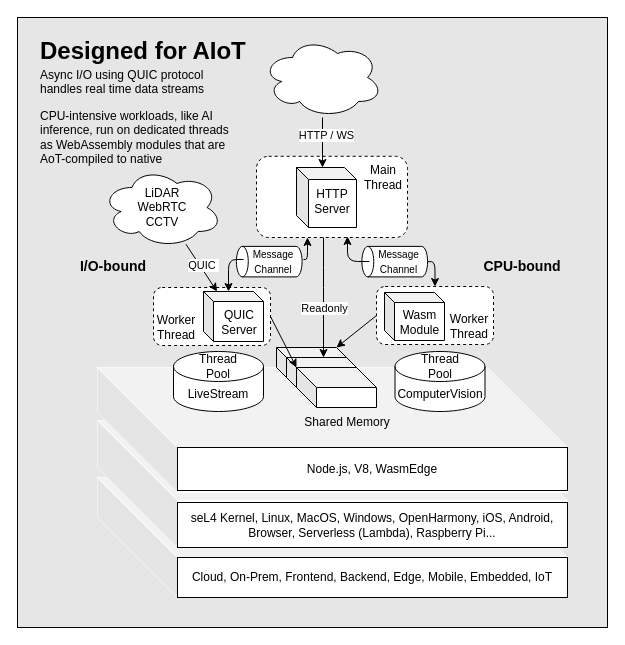
Earlier version of the draw.io diagram page "AIOT" (2 of 7) of public/arch.drawio (module-federation/aegis-host). Source tidied: cells renumbered, new cells numbered last; positions are measured from the earlier drawing's top-left corner, leaving out a move shared by most shapes. Both pictures are drawn from the tidied source at 100%, with x=0, y=0 at pixel (17, 17).
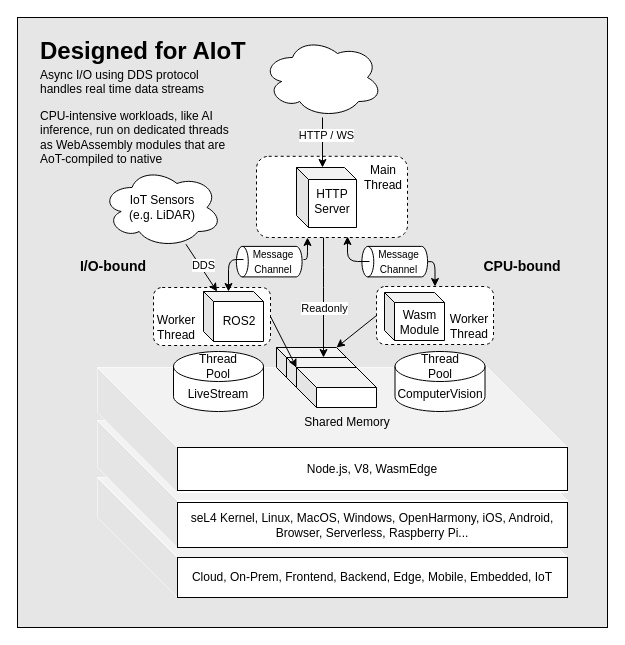
Above is the later version.

The change refers to these unchanged cells:
```xml
<mxCell id="34" style="edgeStyle=none;html=1;startArrow=classic;startFill=1;endArrow=none;endFill=0;" parent="1" edge="1" source="31" target="23">
  <mxGeometry relative="1" as="geometry" />
</mxCell>
```

Diff of the diagram source:
```diff
@@
-    <mxCell id="3" value="&lt;p&gt;&lt;span style=&quot;font-size: 12px ; font-weight: normal&quot;&gt;Async I/O using QUIC protocol handles real time data streams&lt;/span&gt;&lt;/p&gt;&lt;p&gt;&lt;span&gt;CPU-intensive workloads, like AI inference, run on dedicated threads as WebAssembly modules that are AoT-compiled to native&lt;/span&gt;&lt;/p&gt;" style="text;html=1;strokeColor=none;fillColor=none;spacing=5;spacingTop=-20;whiteSpace=wrap;overflow=hidden;rounded=0;" parent="1" vertex="1">
+    <mxCell id="3" value="&lt;p&gt;&lt;span style=&quot;font-size: 12px ; font-weight: normal&quot;&gt;Async I/O using DDS protocol handles real time data streams&lt;/span&gt;&lt;/p&gt;&lt;p&gt;&lt;span&gt;CPU-intensive workloads, like AI inference, run on dedicated threads as WebAssembly modules that are AoT-compiled to native&lt;/span&gt;&lt;/p&gt;" style="text;html=1;strokeColor=none;fillColor=none;spacing=5;spacingTop=-20;whiteSpace=wrap;overflow=hidden;rounded=0;" parent="1" vertex="1">
       <mxGeometry x="18" y="49" width="212" height="120" as="geometry" />
     </mxCell>
@@
-    <mxCell id="23" value="LiDAR&lt;br&gt;WebRTC&lt;br&gt;CCTV" style="ellipse;shape=cloud;whiteSpace=wrap;html=1;" parent="1" vertex="1">
+    <mxCell id="23" value="IoT Sensors&lt;br&gt;(e.g. LiDAR)" style="ellipse;shape=cloud;whiteSpace=wrap;html=1;" parent="1" vertex="1">
       <mxGeometry x="84.5" y="150" width="120" height="80" as="geometry" />
     </mxCell>
@@
-    <mxCell id="32" value="QUIC&lt;br&gt;Server" style="text;html=1;strokeColor=none;fillColor=none;align=center;verticalAlign=middle;whiteSpace=wrap;rounded=0;" parent="1" vertex="1">
-      <mxGeometry x="206.5" y="302.5" width="30" height="5" as="geometry" />
+    <mxCell id="32" value="ROS2" style="text;html=1;strokeColor=none;fillColor=none;align=center;verticalAlign=middle;whiteSpace=wrap;rounded=0;" parent="1" vertex="1">
+      <mxGeometry x="206.5" y="300" width="30" height="7.5" as="geometry" />
     </mxCell>
@@
-    <mxCell id="35" value="QUIC&amp;nbsp;" style="edgeLabel;html=1;align=center;verticalAlign=middle;" parent="34" vertex="1">
+    <mxCell id="35" value="DDS" style="edgeLabel;html=1;align=center;verticalAlign=middle;" parent="34" vertex="1">
       <mxGeometry x="0.04" y="3" relative="1" as="geometry">
         <mxPoint x="4" y="-4" as="offset" />
       </mxGeometry>
     </mxCell>
@@
-    <mxCell id="42" value="seL4 Kernel, Linux, MacOS, Windows, OpenHarmony, iOS, Android, Browser, Serverless (Lambda), Raspberry Pi..." style="whiteSpace=wrap;html=1;" parent="1" vertex="1">
+    <mxCell id="42" value="seL4 Kernel, Linux, MacOS, Windows, OpenHarmony, iOS, Android, Browser, Serverless, Raspberry Pi..." style="whiteSpace=wrap;html=1;" parent="1" vertex="1">
       <mxGeometry x="160" y="485" width="390" height="45" as="geometry" />
     </mxCell>
```
